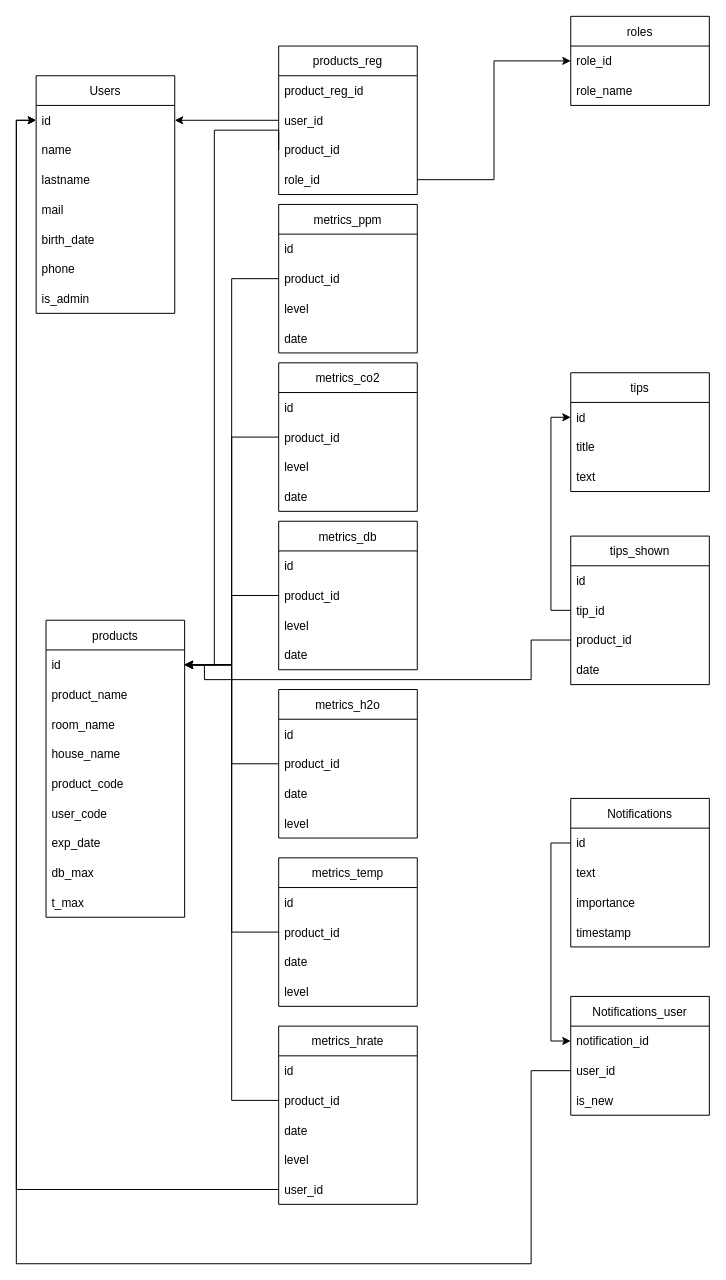
HipppB/safeHub keeps this draw.io diagram as diagrams/bdd.drawio. Above is the earlier version. Source tidied: cells renumbered, new cells numbered last; positions are measured from the earlier drawing's top-left corner, leaving out a move shared by most shapes. Both pictures are drawn from the tidied source at 99%, with x=0, y=0 at pixel (16, 16).
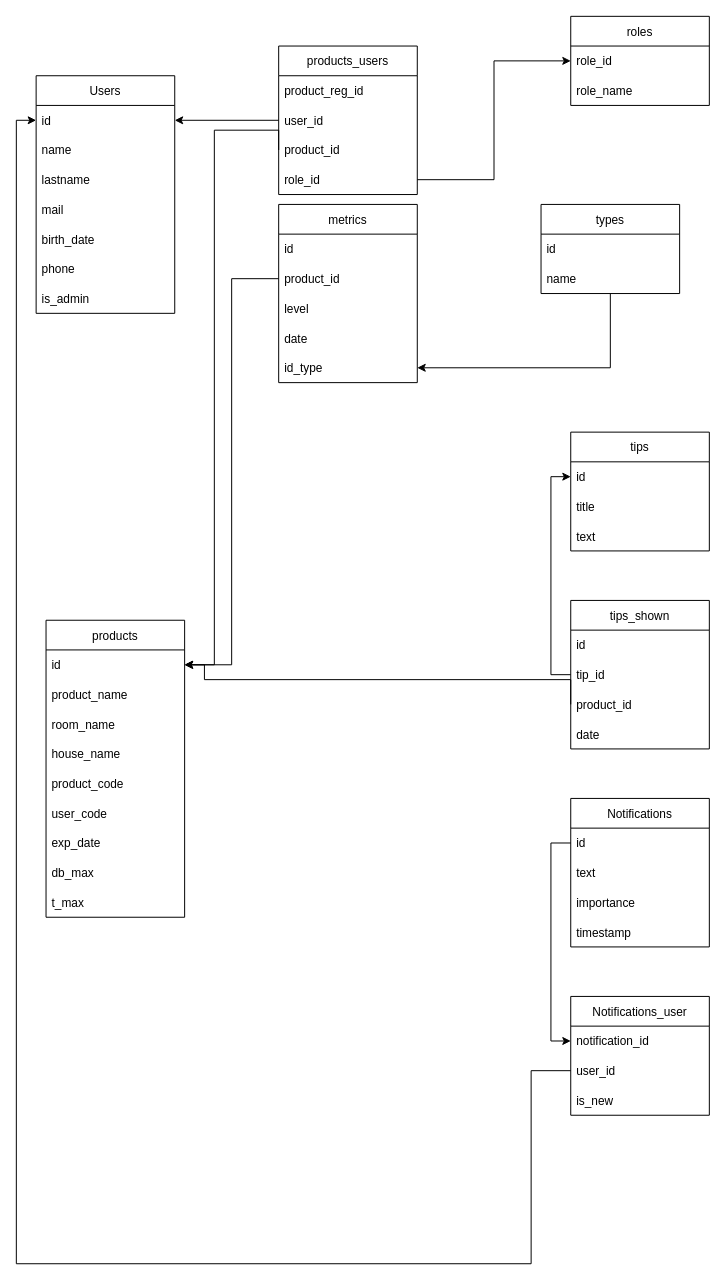
The same diagram, later.

Commit message:
Mettre à jour bdd.drawio

The change refers to these unchanged cells:
```xml
<mxCell id="3" value="id" style="text;strokeColor=none;fillColor=none;align=left;verticalAlign=middle;spacingLeft=4;spacingRight=4;overflow=hidden;points=[[0,0.5],[1,0.5]];portConstraint=eastwest;" parent="2" vertex="1">
  <mxGeometry y="30" width="140" height="30" as="geometry" />
</mxCell>
<mxCell id="21" value="id" style="text;strokeColor=none;fillColor=none;align=left;verticalAlign=middle;spacingLeft=4;spacingRight=4;overflow=hidden;points=[[0,0.5],[1,0.5]];portConstraint=eastwest;" parent="20" vertex="1">
  <mxGeometry y="30" width="140" height="30" as="geometry" />
</mxCell>
<mxCell id="76" value="product_id" style="text;strokeColor=none;fillColor=none;align=left;verticalAlign=middle;spacingLeft=4;spacingRight=4;overflow=hidden;points=[[0,0.5],[1,0.5]];portConstraint=eastwest;" parent="73" vertex="1">
  <mxGeometry y="90" width="140" height="30" as="geometry" />
</mxCell>
```

Diff of the diagram source:
```diff
@@
-    <mxCell id="10" value="metrics_h2o" style="swimlane;fontStyle=0;horizontal=1;startSize=30;" parent="1" vertex="1">
-      <mxGeometry x="265" y="680" width="140" height="150" as="geometry" />
-    </mxCell>
-    <mxCell id="11" value="id" style="text;strokeColor=none;fillColor=none;align=left;verticalAlign=middle;spacingLeft=4;spacingRight=4;overflow=hidden;" parent="10" vertex="1">
-      <mxGeometry y="30" width="140" height="30" as="geometry" />
-    </mxCell>
-    <mxCell id="12" value="product_id" style="text;strokeColor=none;fillColor=none;align=left;verticalAlign=middle;spacingLeft=4;spacingRight=4;overflow=hidden;points=[[0,0.5],[1,0.5]];portConstraint=eastwest;" parent="10" vertex="1">
-      <mxGeometry y="60" width="140" height="30" as="geometry" />
-    </mxCell>
-    <mxCell id="13" value="date" style="text;strokeColor=none;fillColor=none;align=left;verticalAlign=middle;spacingLeft=4;spacingRight=4;overflow=hidden;" parent="10" vertex="1">
-      <mxGeometry y="90" width="140" height="30" as="geometry" />
-    </mxCell>
-    <mxCell id="14" value="level" style="text;strokeColor=none;fillColor=none;align=left;verticalAlign=middle;spacingLeft=4;spacingRight=4;overflow=hidden;" parent="10" vertex="1">
-      <mxGeometry y="120" width="140" height="30" as="geometry" />
-    </mxCell>
-    <mxCell id="15" value="metrics_db" style="swimlane;fontStyle=0;horizontal=1;startSize=30;" parent="1" vertex="1">
-      <mxGeometry x="265" y="510" width="140" height="150" as="geometry" />
-    </mxCell>
-    <mxCell id="16" value="id" style="text;strokeColor=none;fillColor=none;align=left;verticalAlign=middle;spacingLeft=4;spacingRight=4;overflow=hidden;" parent="15" vertex="1">
-      <mxGeometry y="30" width="140" height="30" as="geometry" />
-    </mxCell>
-    <mxCell id="17" value="product_id" style="text;strokeColor=none;fillColor=none;align=left;verticalAlign=middle;spacingLeft=4;spacingRight=4;overflow=hidden;points=[[0,0.5],[1,0.5]];portConstraint=eastwest;" parent="15" vertex="1">
-      <mxGeometry y="60" width="140" height="30" as="geometry" />
-    </mxCell>
-    <mxCell id="18" value="level" style="text;strokeColor=none;fillColor=none;align=left;verticalAlign=middle;spacingLeft=4;spacingRight=4;overflow=hidden;" parent="15" vertex="1">
-      <mxGeometry y="90" width="140" height="30" as="geometry" />
-    </mxCell>
-    <mxCell id="19" value="date" style="text;strokeColor=none;fillColor=none;align=left;verticalAlign=middle;spacingLeft=4;spacingRight=4;overflow=hidden;" parent="15" vertex="1">
-      <mxGeometry y="120" width="140" height="30" as="geometry" />
-    </mxCell>
@@
-    <mxCell id="30" value="metrics_hrate" style="swimlane;fontStyle=0;horizontal=1;startSize=30;" parent="1" vertex="1">
-      <mxGeometry x="265" y="1020" width="140" height="180" as="geometry" />
-    </mxCell>
-    <mxCell id="31" value="id" style="text;strokeColor=none;fillColor=none;align=left;verticalAlign=middle;spacingLeft=4;spacingRight=4;overflow=hidden;" parent="30" vertex="1">
-      <mxGeometry y="30" width="140" height="30" as="geometry" />
-    </mxCell>
-    <mxCell id="32" value="product_id" style="text;strokeColor=none;fillColor=none;align=left;verticalAlign=middle;spacingLeft=4;spacingRight=4;overflow=hidden;points=[[0,0.5],[1,0.5]];portConstraint=eastwest;" parent="30" vertex="1">
-      <mxGeometry y="60" width="140" height="30" as="geometry" />
-    </mxCell>
-    <mxCell id="33" value="date" style="text;strokeColor=none;fillColor=none;align=left;verticalAlign=middle;spacingLeft=4;spacingRight=4;overflow=hidden;" parent="30" vertex="1">
-      <mxGeometry y="90" width="140" height="30" as="geometry" />
-    </mxCell>
-    <mxCell id="34" value="level" style="text;strokeColor=none;fillColor=none;align=left;verticalAlign=middle;spacingLeft=4;spacingRight=4;overflow=hidden;" parent="30" vertex="1">
-      <mxGeometry y="120" width="140" height="30" as="geometry" />
-    </mxCell>
-    <mxCell id="35" value="user_id" style="text;strokeColor=none;fillColor=none;align=left;verticalAlign=middle;spacingLeft=4;spacingRight=4;overflow=hidden;points=[[0,0.5],[1,0.5]];portConstraint=eastwest;" parent="30" vertex="1">
-      <mxGeometry y="150" width="140" height="30" as="geometry" />
-    </mxCell>
-    <mxCell id="36" value="metrics_ppm" style="swimlane;fontStyle=0;horizontal=1;startSize=30;" parent="1" vertex="1">
-      <mxGeometry x="265" y="190" width="140" height="150" as="geometry" />
+    <mxCell id="36" value="metrics" style="swimlane;fontStyle=0;horizontal=1;startSize=30;" parent="1" vertex="1">
+      <mxGeometry x="265" y="190" width="140" height="180" as="geometry" />
     </mxCell>
@@
+    <mxCell id="91" value="date" style="text;strokeColor=none;fillColor=none;align=left;verticalAlign=middle;spacingLeft=4;spacingRight=4;overflow=hidden;" parent="36" vertex="1">
+      <mxGeometry y="120" width="140" height="30" as="geometry" />
+    </mxCell>
-    <mxCell id="40" value="date" style="text;strokeColor=none;fillColor=none;align=left;verticalAlign=middle;spacingLeft=4;spacingRight=4;overflow=hidden;points=[[0,0.5],[1,0.5]];portConstraint=eastwest;" parent="36" vertex="1">
-      <mxGeometry y="120" width="140" height="30" as="geometry" />
+    <mxCell id="40" value="id_type" style="text;strokeColor=none;fillColor=none;align=left;verticalAlign=middle;spacingLeft=4;spacingRight=4;overflow=hidden;points=[[0,0.5],[1,0.5]];portConstraint=eastwest;" parent="36" vertex="1">
+      <mxGeometry y="150" width="140" height="30" as="geometry" />
     </mxCell>
-    <mxCell id="41" value="products_reg" style="swimlane;fontStyle=0;horizontal=1;startSize=30;" parent="1" vertex="1">
+    <mxCell id="41" value="products_users" style="swimlane;fontStyle=0;horizontal=1;startSize=30;" parent="1" vertex="1">
       <mxGeometry x="265" y="30" width="140" height="150" as="geometry" />
     </mxCell>
@@
-    <mxCell id="46" value="metrics_temp" style="swimlane;fontStyle=0;horizontal=1;startSize=30;" parent="1" vertex="1">
-      <mxGeometry x="265" y="850" width="140" height="150" as="geometry" />
-    </mxCell>
-    <mxCell id="47" value="id" style="text;strokeColor=none;fillColor=none;align=left;verticalAlign=middle;spacingLeft=4;spacingRight=4;overflow=hidden;" parent="46" vertex="1">
-      <mxGeometry y="30" width="140" height="30" as="geometry" />
-    </mxCell>
-    <mxCell id="48" value="product_id" style="text;strokeColor=none;fillColor=none;align=left;verticalAlign=middle;spacingLeft=4;spacingRight=4;overflow=hidden;points=[[0,0.5],[1,0.5]];portConstraint=eastwest;" parent="46" vertex="1">
-      <mxGeometry y="60" width="140" height="30" as="geometry" />
-    </mxCell>
-    <mxCell id="49" value="date" style="text;strokeColor=none;fillColor=none;align=left;verticalAlign=middle;spacingLeft=4;spacingRight=4;overflow=hidden;" parent="46" vertex="1">
-      <mxGeometry y="90" width="140" height="30" as="geometry" />
-    </mxCell>
-    <mxCell id="50" value="level" style="text;strokeColor=none;fillColor=none;align=left;verticalAlign=middle;spacingLeft=4;spacingRight=4;overflow=hidden;" parent="46" vertex="1">
-      <mxGeometry y="120" width="140" height="30" as="geometry" />
-    </mxCell>
-    <mxCell id="51" value="metrics_co2" style="swimlane;fontStyle=0;horizontal=1;startSize=30;" parent="1" vertex="1">
-      <mxGeometry x="265" y="350" width="140" height="150" as="geometry" />
-    </mxCell>
-    <mxCell id="52" value="id" style="text;strokeColor=none;fillColor=none;align=left;verticalAlign=middle;spacingLeft=4;spacingRight=4;overflow=hidden;" parent="51" vertex="1">
-      <mxGeometry y="30" width="140" height="30" as="geometry" />
-    </mxCell>
-    <mxCell id="53" value="product_id" style="text;strokeColor=none;fillColor=none;align=left;verticalAlign=middle;spacingLeft=4;spacingRight=4;overflow=hidden;points=[[0,0.5],[1,0.5]];portConstraint=eastwest;" parent="51" vertex="1">
-      <mxGeometry y="60" width="140" height="30" as="geometry" />
-    </mxCell>
-    <mxCell id="54" value="level" style="text;strokeColor=none;fillColor=none;align=left;verticalAlign=middle;spacingLeft=4;spacingRight=4;overflow=hidden;" parent="51" vertex="1">
-      <mxGeometry y="90" width="140" height="30" as="geometry" />
-    </mxCell>
-    <mxCell id="55" value="date" style="text;strokeColor=none;fillColor=none;align=left;verticalAlign=middle;spacingLeft=4;spacingRight=4;overflow=hidden;" parent="51" vertex="1">
-      <mxGeometry y="120" width="140" height="30" as="geometry" />
-    </mxCell>
@@
-    <mxCell id="62" style="edgeStyle=orthogonalEdgeStyle;rounded=0;jettySize=auto;html=1;exitX=0;exitY=0.5;exitDx=0;exitDy=0;" parent="1" edge="1" source="53" target="21">
-      <mxGeometry relative="1" as="geometry" />
-    </mxCell>
-    <mxCell id="63" style="edgeStyle=orthogonalEdgeStyle;rounded=0;jettySize=auto;html=1;" parent="1" edge="1" source="17" target="21">
-      <mxGeometry relative="1" as="geometry" />
-    </mxCell>
-    <mxCell id="64" style="edgeStyle=orthogonalEdgeStyle;rounded=0;jettySize=auto;html=1;" parent="1" edge="1" source="12" target="21">
-      <mxGeometry relative="1" as="geometry" />
-    </mxCell>
-    <mxCell id="65" style="edgeStyle=orthogonalEdgeStyle;rounded=0;jettySize=auto;html=1;" parent="1" edge="1" source="48" target="21">
-      <mxGeometry relative="1" as="geometry" />
-    </mxCell>
-    <mxCell id="66" style="edgeStyle=orthogonalEdgeStyle;rounded=0;jettySize=auto;html=1;" parent="1" edge="1" source="32" target="21">
-      <mxGeometry relative="1" as="geometry" />
-    </mxCell>
-    <mxCell id="67" style="edgeStyle=orthogonalEdgeStyle;rounded=0;jettySize=auto;html=1;exitX=0;exitY=0.5;exitDx=0;exitDy=0;entryX=0;entryY=0.5;entryDx=0;entryDy=0;" parent="1" edge="1" source="35" target="3">
-      <mxGeometry relative="1" as="geometry" />
-    </mxCell>
@@
     <mxCell id="69" value="tips" style="swimlane;fontStyle=0;horizontal=1;startSize=30;" parent="1" vertex="1">
-      <mxGeometry x="560" y="360" width="140" height="120" as="geometry" />
+      <mxGeometry x="560" y="420" width="140" height="120" as="geometry" />
     </mxCell>
@@
     <mxCell id="73" value="tips_shown" style="swimlane;fontStyle=0;horizontal=1;startSize=30;" parent="1" vertex="1">
-      <mxGeometry x="560" y="525" width="140" height="150" as="geometry" />
+      <mxGeometry x="560" y="590" width="140" height="150" as="geometry" />
     </mxCell>
@@
     <mxCell id="79" style="edgeStyle=orthogonalEdgeStyle;rounded=0;jettySize=auto;html=1;entryX=1;entryY=0.5;entryDx=0;entryDy=0;exitX=0;exitY=0.5;exitDx=0;exitDy=0;" parent="1" edge="1" source="76" target="21">
       <mxGeometry relative="1" as="geometry">
         <Array as="points">
-          <mxPoint x="520" y="630" />
-          <mxPoint x="520" y="670" />
+          <mxPoint x="560" y="670" />
           <mxPoint x="190" y="670" />
           <mxPoint x="190" y="655" />
         </Array>
       </mxGeometry>
     </mxCell>
@@
+    <mxCell id="92" style="edgeStyle=orthogonalEdgeStyle;rounded=0;jettySize=auto;html=1;entryX=1;entryY=0.5;entryDx=0;entryDy=0;" parent="1" edge="1" source="93" target="40">
+      <mxGeometry relative="1" as="geometry" />
+    </mxCell>
+    <mxCell id="93" value="types" style="swimlane;fontStyle=0;horizontal=1;startSize=30;" parent="1" vertex="1">
+      <mxGeometry x="530" y="190" width="140" height="90" as="geometry" />
+    </mxCell>
+    <mxCell id="94" value="id" style="text;strokeColor=none;fillColor=none;align=left;verticalAlign=middle;spacingLeft=4;spacingRight=4;overflow=hidden;" parent="93" vertex="1">
+      <mxGeometry y="30" width="140" height="30" as="geometry" />
+    </mxCell>
+    <mxCell id="95" value="name" style="text;strokeColor=none;fillColor=none;align=left;verticalAlign=middle;spacingLeft=4;spacingRight=4;overflow=hidden;" parent="93" vertex="1">
+      <mxGeometry y="60" width="140" height="30" as="geometry" />
+    </mxCell>
```
